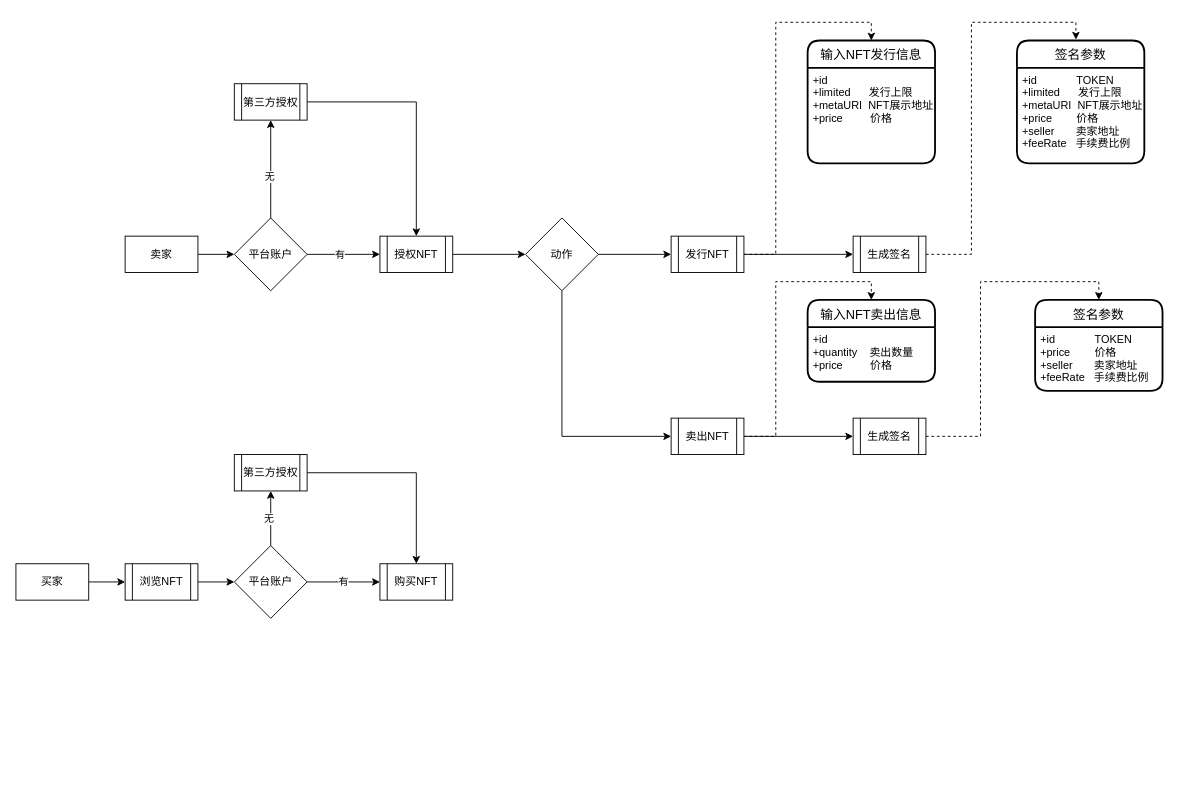
Before: wonnft.drawio in yiuked/diagram, a draw.io diagram. Source tidied: cells renumbered, new cells numbered last; positions are measured from the earlier drawing's top-left corner, leaving out a move shared by most shapes. Both pictures are drawn from the tidied source at 91%, with x=0, y=0 at pixel (15, 40).
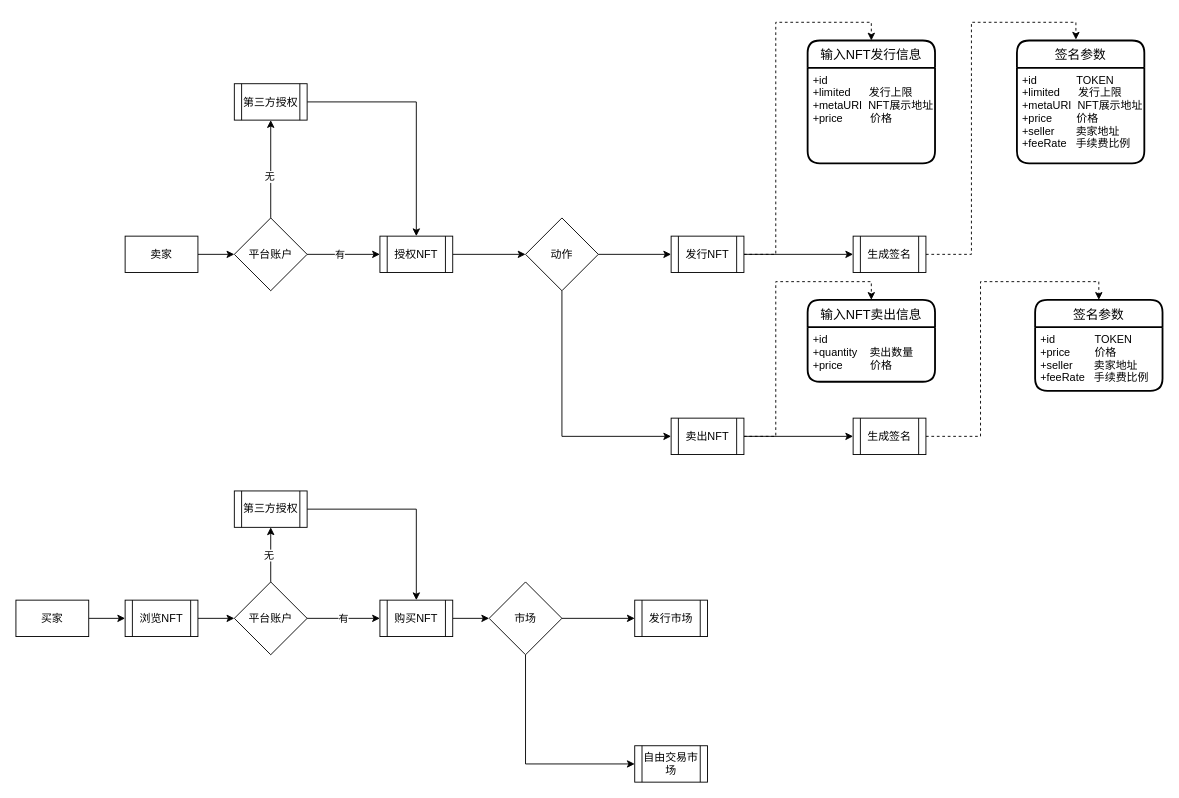
The same diagram, later.

The edit, as a diff of the source:
```diff
@@
     <mxCell id="14" value="买家" style="rounded=0;whiteSpace=wrap;html=1;" parent="1" vertex="1">
-      <mxGeometry y="575" width="80" height="40" as="geometry" />
+      <mxGeometry y="615" width="80" height="40" as="geometry" />
     </mxCell>
@@
     <mxCell id="39" value="平台账户" style="rhombus;whiteSpace=wrap;html=1;" parent="1" vertex="1">
-      <mxGeometry x="240" y="555" width="80" height="80" as="geometry" />
+      <mxGeometry x="240" y="595" width="80" height="80" as="geometry" />
     </mxCell>
+    <mxCell id="45" style="edgeStyle=orthogonalEdgeStyle;rounded=0;jettySize=auto;html=1;exitX=1;exitY=0.5;exitDx=0;exitDy=0;entryX=0;entryY=0.5;entryDx=0;entryDy=0;" parent="1" edge="1" source="40" target="49">
+      <mxGeometry relative="1" as="geometry" />
+    </mxCell>
     <mxCell id="40" value="购买NFT" style="shape=process;whiteSpace=wrap;html=1;backgroundOutline=1;" parent="1" vertex="1">
-      <mxGeometry x="400" y="575" width="80" height="40" as="geometry" />
+      <mxGeometry x="400" y="615" width="80" height="40" as="geometry" />
     </mxCell>
@@
     <mxCell id="42" value="第三方授权" style="shape=process;whiteSpace=wrap;html=1;backgroundOutline=1;" parent="1" vertex="1">
-      <mxGeometry x="240" y="455" width="80" height="40" as="geometry" />
+      <mxGeometry x="240" y="495" width="80" height="40" as="geometry" />
     </mxCell>
@@
     <mxCell id="44" value="浏览NFT" style="shape=process;whiteSpace=wrap;html=1;backgroundOutline=1;" parent="1" vertex="1">
-      <mxGeometry x="120" y="575" width="80" height="40" as="geometry" />
+      <mxGeometry x="120" y="615" width="80" height="40" as="geometry" />
     </mxCell>
+    <mxCell id="46" value="发行市场" style="shape=process;whiteSpace=wrap;html=1;backgroundOutline=1;" parent="1" vertex="1">
+      <mxGeometry x="680" y="615" width="80" height="40" as="geometry" />
+    </mxCell>
+    <mxCell id="47" style="edgeStyle=orthogonalEdgeStyle;rounded=0;jettySize=auto;html=1;exitX=1;exitY=0.5;exitDx=0;exitDy=0;" parent="1" edge="1" source="49" target="46">
+      <mxGeometry relative="1" as="geometry" />
+    </mxCell>
+    <mxCell id="48" style="edgeStyle=orthogonalEdgeStyle;rounded=0;jettySize=auto;html=1;exitX=0.5;exitY=1;exitDx=0;exitDy=0;entryX=0;entryY=0.5;entryDx=0;entryDy=0;" parent="1" edge="1" source="49" target="50">
+      <mxGeometry relative="1" as="geometry" />
+    </mxCell>
+    <mxCell id="49" value="市场" style="rhombus;whiteSpace=wrap;html=1;" parent="1" vertex="1">
+      <mxGeometry x="520" y="595" width="80" height="80" as="geometry" />
+    </mxCell>
+    <mxCell id="50" value="自由交易市场" style="shape=process;whiteSpace=wrap;html=1;backgroundOutline=1;" parent="1" vertex="1">
+      <mxGeometry x="680" y="775" width="80" height="40" as="geometry" />
+    </mxCell>
```
